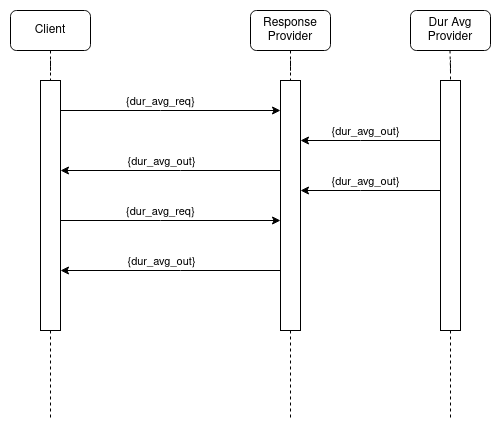
This is docs/sequence_2.png from efoppiano/dist1_tp1, a draw.io export, as it was before one commit. Source tidied: cells renumbered, new cells last; positions are measured from the earlier drawing's top-left corner, leaving out a move shared by most shapes. The source it was exported from:
```xml
<mxGraphModel>
  <root>
    <mxCell id="0" />
    <mxCell id="1" parent="0" />
    <mxCell id="2" value="Client" style="rounded=1;whiteSpace=wrap;html=1;" parent="1" vertex="1">
      <mxGeometry width="80" height="40" as="geometry" />
    </mxCell>
    <mxCell id="3" value="Response Provider" style="rounded=1;whiteSpace=wrap;html=1;" parent="1" vertex="1">
      <mxGeometry x="240" width="80" height="40" as="geometry" />
    </mxCell>
    <mxCell id="4" style="edgeStyle=orthogonalEdgeStyle;rounded=0;jettySize=auto;html=1;endArrow=none;endFill=0;dashed=1;" parent="1" edge="1" source="11">
      <mxGeometry relative="1" as="geometry">
        <mxPoint x="40" y="410" as="targetPoint" />
      </mxGeometry>
    </mxCell>
    <mxCell id="5" style="edgeStyle=orthogonalEdgeStyle;shape=connector;rounded=0;jettySize=auto;html=1;labelBackgroundColor=default;strokeColor=default;fontFamily=Helvetica;fontSize=11;fontColor=default;endArrow=none;endFill=0;dashed=1;" parent="1" edge="1" source="14">
      <mxGeometry relative="1" as="geometry">
        <mxPoint x="280" y="410" as="targetPoint" />
      </mxGeometry>
    </mxCell>
    <mxCell id="6" value="Dur Avg Provider" style="rounded=1;whiteSpace=wrap;html=1;" parent="1" vertex="1">
      <mxGeometry x="400" width="80" height="40" as="geometry" />
    </mxCell>
    <mxCell id="7" style="edgeStyle=orthogonalEdgeStyle;shape=connector;rounded=0;jettySize=auto;html=1;labelBackgroundColor=default;strokeColor=default;fontFamily=Helvetica;fontSize=11;fontColor=default;endArrow=none;endFill=0;dashed=1;" parent="1" edge="1" source="18">
      <mxGeometry relative="1" as="geometry">
        <mxPoint x="440" y="410" as="targetPoint" />
      </mxGeometry>
    </mxCell>
    <mxCell id="8" style="edgeStyle=orthogonalEdgeStyle;rounded=0;jettySize=auto;html=1;endArrow=none;endFill=0;dashed=1;" parent="1" edge="1" source="2" target="11">
      <mxGeometry relative="1" as="geometry" />
    </mxCell>
    <mxCell id="9" style="edgeStyle=orthogonalEdgeStyle;shape=connector;rounded=0;jettySize=auto;html=1;labelBackgroundColor=default;strokeColor=default;fontFamily=Helvetica;fontSize=11;fontColor=default;endArrow=classic;endFill=1;" parent="1" edge="1" source="11" target="14">
      <mxGeometry relative="1" as="geometry">
        <Array as="points">
          <mxPoint x="150" y="100" />
          <mxPoint x="150" y="100" />
        </Array>
      </mxGeometry>
    </mxCell>
    <mxCell id="10" value="{dur_avg_req}" style="edgeLabel;html=1;align=center;verticalAlign=middle;fontSize=11;fontFamily=Helvetica;fontColor=default;" parent="9" vertex="1">
      <mxGeometry x="0.15" y="2" relative="1" as="geometry">
        <mxPoint x="-26" y="-8" as="offset" />
      </mxGeometry>
    </mxCell>
    <mxCell id="11" style="rounded=0;whiteSpace=wrap;html=1;fontFamily=Helvetica;fontSize=11;fontColor=default;" parent="1" vertex="1">
      <mxGeometry x="30" y="70" width="20" height="250" as="geometry" />
    </mxCell>
    <mxCell id="12" style="edgeStyle=orthogonalEdgeStyle;shape=connector;rounded=0;jettySize=auto;html=1;labelBackgroundColor=default;strokeColor=default;fontFamily=Helvetica;fontSize=11;fontColor=default;endArrow=none;endFill=0;dashed=1;" parent="1" edge="1" source="3" target="14">
      <mxGeometry relative="1" as="geometry" />
    </mxCell>
    <mxCell id="13" style="edgeStyle=orthogonalEdgeStyle;shape=connector;rounded=0;jettySize=auto;html=1;labelBackgroundColor=default;strokeColor=default;fontFamily=Helvetica;fontSize=11;fontColor=default;endArrow=classic;endFill=1;" parent="1" edge="1" source="14" target="11">
      <mxGeometry relative="1" as="geometry">
        <Array as="points">
          <mxPoint x="170" y="160" />
          <mxPoint x="170" y="160" />
        </Array>
      </mxGeometry>
    </mxCell>
    <mxCell id="14" style="rounded=0;whiteSpace=wrap;html=1;fontFamily=Helvetica;fontSize=11;fontColor=default;" parent="1" vertex="1">
      <mxGeometry x="270" y="70" width="20" height="250" as="geometry" />
    </mxCell>
    <mxCell id="15" style="edgeStyle=orthogonalEdgeStyle;shape=connector;rounded=0;jettySize=auto;html=1;labelBackgroundColor=default;strokeColor=default;fontFamily=Helvetica;fontSize=11;fontColor=default;endArrow=none;endFill=0;dashed=1;" parent="1" edge="1" target="18">
      <mxGeometry relative="1" as="geometry">
        <mxPoint x="439.5" y="40" as="sourcePoint" />
      </mxGeometry>
    </mxCell>
    <mxCell id="16" style="edgeStyle=orthogonalEdgeStyle;shape=connector;rounded=0;jettySize=auto;html=1;labelBackgroundColor=default;strokeColor=default;fontFamily=Helvetica;fontSize=11;fontColor=default;endArrow=classic;endFill=1;" parent="1" edge="1" source="18" target="14">
      <mxGeometry relative="1" as="geometry">
        <Array as="points">
          <mxPoint x="350" y="130" />
          <mxPoint x="350" y="130" />
        </Array>
      </mxGeometry>
    </mxCell>
    <mxCell id="17" value="{dur_avg_out}" style="edgeLabel;html=1;align=center;verticalAlign=middle;fontSize=11;fontFamily=Helvetica;fontColor=default;" parent="16" vertex="1">
      <mxGeometry x="0.13" relative="1" as="geometry">
        <mxPoint x="3" y="-10" as="offset" />
      </mxGeometry>
    </mxCell>
    <mxCell id="18" style="rounded=0;whiteSpace=wrap;html=1;fontFamily=Helvetica;fontSize=11;fontColor=default;" parent="1" vertex="1">
      <mxGeometry x="430" y="70" width="20" height="250" as="geometry" />
    </mxCell>
    <mxCell id="19" value="{dur_avg_out}" style="edgeLabel;html=1;align=center;verticalAlign=middle;fontSize=11;fontFamily=Helvetica;fontColor=default;" parent="1" vertex="1">
      <mxGeometry x="150" y="150" as="geometry" />
    </mxCell>
    <mxCell id="20" style="edgeStyle=orthogonalEdgeStyle;shape=connector;rounded=0;orthogonalLoop=1;jettySize=auto;html=1;labelBackgroundColor=default;strokeColor=default;fontFamily=Helvetica;fontSize=11;fontColor=default;endArrow=classic;endFill=1;" parent="1" edge="1">
      <mxGeometry relative="1" as="geometry">
        <mxPoint x="50" y="210" as="sourcePoint" />
        <mxPoint x="270" y="210" as="targetPoint" />
        <Array as="points">
          <mxPoint x="150" y="210" />
          <mxPoint x="150" y="210" />
        </Array>
      </mxGeometry>
    </mxCell>
    <mxCell id="21" value="{dur_avg_req}" style="edgeLabel;html=1;align=center;verticalAlign=middle;fontSize=11;fontFamily=Helvetica;fontColor=default;" parent="20" vertex="1">
      <mxGeometry x="0.15" y="2" relative="1" as="geometry">
        <mxPoint x="-26" y="-8" as="offset" />
      </mxGeometry>
    </mxCell>
    <mxCell id="22" style="edgeStyle=orthogonalEdgeStyle;shape=connector;rounded=0;orthogonalLoop=1;jettySize=auto;html=1;labelBackgroundColor=default;strokeColor=default;fontFamily=Helvetica;fontSize=11;fontColor=default;endArrow=classic;endFill=1;" parent="1" edge="1">
      <mxGeometry relative="1" as="geometry">
        <mxPoint x="430" y="180" as="sourcePoint" />
        <mxPoint x="290" y="180" as="targetPoint" />
        <Array as="points">
          <mxPoint x="350" y="180" />
          <mxPoint x="350" y="180" />
        </Array>
      </mxGeometry>
    </mxCell>
    <mxCell id="23" value="{dur_avg_out}" style="edgeLabel;html=1;align=center;verticalAlign=middle;fontSize=11;fontFamily=Helvetica;fontColor=default;" parent="22" vertex="1">
      <mxGeometry x="0.13" relative="1" as="geometry">
        <mxPoint x="3" y="-10" as="offset" />
      </mxGeometry>
    </mxCell>
    <mxCell id="24" style="edgeStyle=orthogonalEdgeStyle;shape=connector;rounded=0;orthogonalLoop=1;jettySize=auto;html=1;labelBackgroundColor=default;strokeColor=default;fontFamily=Helvetica;fontSize=11;fontColor=default;endArrow=classic;endFill=1;" parent="1" edge="1">
      <mxGeometry relative="1" as="geometry">
        <mxPoint x="270" y="260" as="sourcePoint" />
        <mxPoint x="50" y="260" as="targetPoint" />
        <Array as="points">
          <mxPoint x="170" y="260" />
          <mxPoint x="170" y="260" />
        </Array>
      </mxGeometry>
    </mxCell>
    <mxCell id="25" value="{dur_avg_out}" style="edgeLabel;html=1;align=center;verticalAlign=middle;fontSize=11;fontFamily=Helvetica;fontColor=default;" parent="1" vertex="1">
      <mxGeometry x="150" y="250" as="geometry" />
    </mxCell>
  </root>
</mxGraphModel>
```
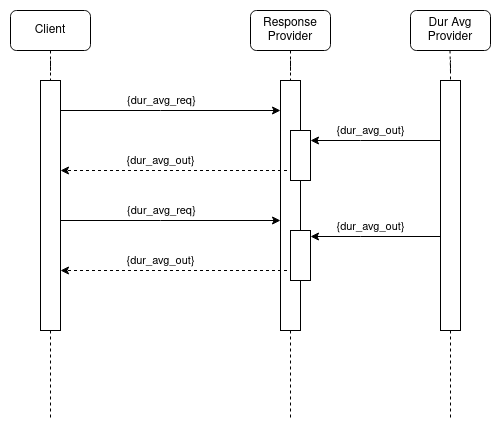
The same file after the commit.

What changed in the source:
```diff
@@ -13,7 +13,7 @@
         <mxPoint x="40" y="410" as="targetPoint" />
       </mxGeometry>
     </mxCell>
-    <mxCell id="5" style="edgeStyle=orthogonalEdgeStyle;shape=connector;rounded=0;jettySize=auto;html=1;labelBackgroundColor=default;strokeColor=default;fontFamily=Helvetica;fontSize=11;fontColor=default;endArrow=none;endFill=0;dashed=1;" parent="1" edge="1" source="14">
+    <mxCell id="5" style="edgeStyle=orthogonalEdgeStyle;shape=connector;rounded=0;jettySize=auto;html=1;labelBackgroundColor=default;strokeColor=default;fontFamily=Helvetica;fontSize=11;fontColor=default;endArrow=none;endFill=0;dashed=1;" parent="1" edge="1" source="13">
       <mxGeometry relative="1" as="geometry">
         <mxPoint x="280" y="410" as="targetPoint" />
       </mxGeometry>
@@ -21,7 +21,7 @@
     <mxCell id="6" value="Dur Avg Provider" style="rounded=1;whiteSpace=wrap;html=1;" parent="1" vertex="1">
       <mxGeometry x="400" width="80" height="40" as="geometry" />
     </mxCell>
-    <mxCell id="7" style="edgeStyle=orthogonalEdgeStyle;shape=connector;rounded=0;jettySize=auto;html=1;labelBackgroundColor=default;strokeColor=default;fontFamily=Helvetica;fontSize=11;fontColor=default;endArrow=none;endFill=0;dashed=1;" parent="1" edge="1" source="18">
+    <mxCell id="7" style="edgeStyle=orthogonalEdgeStyle;shape=connector;rounded=0;jettySize=auto;html=1;labelBackgroundColor=default;strokeColor=default;fontFamily=Helvetica;fontSize=11;fontColor=default;endArrow=none;endFill=0;dashed=1;" parent="1" edge="1" source="15">
       <mxGeometry relative="1" as="geometry">
         <mxPoint x="440" y="410" as="targetPoint" />
       </mxGeometry>
@@ -29,7 +29,7 @@
     <mxCell id="8" style="edgeStyle=orthogonalEdgeStyle;rounded=0;jettySize=auto;html=1;endArrow=none;endFill=0;dashed=1;" parent="1" edge="1" source="2" target="11">
       <mxGeometry relative="1" as="geometry" />
     </mxCell>
-    <mxCell id="9" style="edgeStyle=orthogonalEdgeStyle;shape=connector;rounded=0;jettySize=auto;html=1;labelBackgroundColor=default;strokeColor=default;fontFamily=Helvetica;fontSize=11;fontColor=default;endArrow=classic;endFill=1;" parent="1" edge="1" source="11" target="14">
+    <mxCell id="9" style="edgeStyle=orthogonalEdgeStyle;shape=connector;rounded=0;jettySize=auto;html=1;labelBackgroundColor=default;strokeColor=default;fontFamily=Helvetica;fontSize=11;fontColor=default;endArrow=classic;endFill=1;" parent="1" edge="1" source="11" target="13">
       <mxGeometry relative="1" as="geometry">
         <Array as="points">
           <mxPoint x="150" y="100" />
@@ -45,66 +45,57 @@
     <mxCell id="11" style="rounded=0;whiteSpace=wrap;html=1;fontFamily=Helvetica;fontSize=11;fontColor=default;" parent="1" vertex="1">
       <mxGeometry x="30" y="70" width="20" height="250" as="geometry" />
     </mxCell>
-    <mxCell id="12" style="edgeStyle=orthogonalEdgeStyle;shape=connector;rounded=0;jettySize=auto;html=1;labelBackgroundColor=default;strokeColor=default;fontFamily=Helvetica;fontSize=11;fontColor=default;endArrow=none;endFill=0;dashed=1;" parent="1" edge="1" source="3" target="14">
+    <mxCell id="12" style="edgeStyle=orthogonalEdgeStyle;shape=connector;rounded=0;jettySize=auto;html=1;labelBackgroundColor=default;strokeColor=default;fontFamily=Helvetica;fontSize=11;fontColor=default;endArrow=none;endFill=0;dashed=1;" parent="1" edge="1" source="3" target="13">
       <mxGeometry relative="1" as="geometry" />
     </mxCell>
-    <mxCell id="13" style="edgeStyle=orthogonalEdgeStyle;shape=connector;rounded=0;jettySize=auto;html=1;labelBackgroundColor=default;strokeColor=default;fontFamily=Helvetica;fontSize=11;fontColor=default;endArrow=classic;endFill=1;" parent="1" edge="1" source="14" target="11">
-      <mxGeometry relative="1" as="geometry">
-        <Array as="points">
-          <mxPoint x="170" y="160" />
-          <mxPoint x="170" y="160" />
-        </Array>
-      </mxGeometry>
+    <mxCell id="13" style="rounded=0;whiteSpace=wrap;html=1;fontFamily=Helvetica;fontSize=11;fontColor=default;" parent="1" vertex="1">
+      <mxGeometry x="270" y="70" width="20" height="250" as="geometry" />
     </mxCell>
-    <mxCell id="14" style="rounded=0;whiteSpace=wrap;html=1;fontFamily=Helvetica;fontSize=11;fontColor=default;" parent="1" vertex="1">
-      <mxGeometry x="270" y="70" width="20" height="250" as="geometry" />
+    <mxCell id="14" style="edgeStyle=orthogonalEdgeStyle;shape=connector;rounded=0;jettySize=auto;html=1;labelBackgroundColor=default;strokeColor=default;fontFamily=Helvetica;fontSize=11;fontColor=default;endArrow=none;endFill=0;dashed=1;" parent="1" edge="1" target="15">
+      <mxGeometry relative="1" as="geometry">
+        <mxPoint x="439.5" y="40" as="sourcePoint" />
+      </mxGeometry>
     </mxCell>
-    <mxCell id="15" style="edgeStyle=orthogonalEdgeStyle;shape=connector;rounded=0;jettySize=auto;html=1;labelBackgroundColor=default;strokeColor=default;fontFamily=Helvetica;fontSize=11;fontColor=default;endArrow=none;endFill=0;dashed=1;" parent="1" edge="1" target="18">
-      <mxGeometry relative="1" as="geometry">
-        <mxPoint x="439.5" y="40" as="sourcePoint" />
-      </mxGeometry>
+    <mxCell id="15" style="rounded=0;whiteSpace=wrap;html=1;fontFamily=Helvetica;fontSize=11;fontColor=default;" parent="1" vertex="1">
+      <mxGeometry x="430" y="70" width="20" height="250" as="geometry" />
     </mxCell>
-    <mxCell id="16" style="edgeStyle=orthogonalEdgeStyle;shape=connector;rounded=0;jettySize=auto;html=1;labelBackgroundColor=default;strokeColor=default;fontFamily=Helvetica;fontSize=11;fontColor=default;endArrow=classic;endFill=1;" parent="1" edge="1" source="18" target="14">
-      <mxGeometry relative="1" as="geometry">
-        <Array as="points">
-          <mxPoint x="350" y="130" />
-          <mxPoint x="350" y="130" />
-        </Array>
-      </mxGeometry>
+    <mxCell id="16" value="{dur_avg_out}" style="edgeLabel;html=1;align=center;verticalAlign=middle;fontSize=11;fontFamily=Helvetica;fontColor=default;" parent="1" vertex="1">
+      <mxGeometry x="150" y="150" as="geometry" />
     </mxCell>
-    <mxCell id="17" value="{dur_avg_out}" style="edgeLabel;html=1;align=center;verticalAlign=middle;fontSize=11;fontFamily=Helvetica;fontColor=default;" parent="16" vertex="1">
-      <mxGeometry x="0.13" relative="1" as="geometry">
-        <mxPoint x="3" y="-10" as="offset" />
+    <mxCell id="17" style="edgeStyle=orthogonalEdgeStyle;shape=connector;rounded=0;orthogonalLoop=1;jettySize=auto;html=1;labelBackgroundColor=default;strokeColor=default;fontFamily=Helvetica;fontSize=11;fontColor=default;endArrow=classic;endFill=1;" parent="1" edge="1">
+      <mxGeometry relative="1" as="geometry">
+        <mxPoint x="50" y="210" as="sourcePoint" />
+        <mxPoint x="270" y="210" as="targetPoint" />
+        <Array as="points">
+          <mxPoint x="150" y="210" />
+          <mxPoint x="150" y="210" />
+        </Array>
       </mxGeometry>
     </mxCell>
-    <mxCell id="18" style="rounded=0;whiteSpace=wrap;html=1;fontFamily=Helvetica;fontSize=11;fontColor=default;" parent="1" vertex="1">
-      <mxGeometry x="430" y="70" width="20" height="250" as="geometry" />
+    <mxCell id="18" value="{dur_avg_req}" style="edgeLabel;html=1;align=center;verticalAlign=middle;points=[];fontSize=11;fontFamily=Helvetica;fontColor=default;" parent="17" vertex="1">
+      <mxGeometry x="0.15" y="2" relative="1" as="geometry">
+        <mxPoint x="-26" y="-8" as="offset" />
+      </mxGeometry>
     </mxCell>
     <mxCell id="19" value="{dur_avg_out}" style="edgeLabel;html=1;align=center;verticalAlign=middle;fontSize=11;fontFamily=Helvetica;fontColor=default;" parent="1" vertex="1">
-      <mxGeometry x="150" y="150" as="geometry" />
+      <mxGeometry x="150" y="250" as="geometry" />
     </mxCell>
-    <mxCell id="20" style="edgeStyle=orthogonalEdgeStyle;shape=connector;rounded=0;orthogonalLoop=1;jettySize=auto;html=1;labelBackgroundColor=default;strokeColor=default;fontFamily=Helvetica;fontSize=11;fontColor=default;endArrow=classic;endFill=1;" parent="1" edge="1">
-      <mxGeometry relative="1" as="geometry">
-        <mxPoint x="50" y="210" as="sourcePoint" />
-        <mxPoint x="270" y="210" as="targetPoint" />
-        <Array as="points">
-          <mxPoint x="150" y="210" />
-          <mxPoint x="150" y="210" />
-        </Array>
-      </mxGeometry>
+    <mxCell id="20" style="rounded=0;whiteSpace=wrap;html=1;fontFamily=Helvetica;fontSize=11;fontColor=default;" parent="1" vertex="1">
+      <mxGeometry x="280" y="120" width="20" height="50" as="geometry" />
     </mxCell>
-    <mxCell id="21" value="{dur_avg_req}" style="edgeLabel;html=1;align=center;verticalAlign=middle;fontSize=11;fontFamily=Helvetica;fontColor=default;" parent="20" vertex="1">
-      <mxGeometry x="0.15" y="2" relative="1" as="geometry">
-        <mxPoint x="-26" y="-8" as="offset" />
+    <mxCell id="21" style="edgeStyle=orthogonalEdgeStyle;shape=connector;rounded=0;jettySize=auto;html=1;labelBackgroundColor=default;strokeColor=default;fontFamily=Helvetica;fontSize=11;fontColor=default;endArrow=classic;endFill=1;exitX=0;exitY=0.75;exitDx=0;exitDy=0;dashed=1;" parent="1" edge="1" source="20" target="11">
+      <mxGeometry relative="1" as="geometry">
+        <Array as="points">
+          <mxPoint x="280" y="160" />
+        </Array>
       </mxGeometry>
     </mxCell>
-    <mxCell id="22" style="edgeStyle=orthogonalEdgeStyle;shape=connector;rounded=0;orthogonalLoop=1;jettySize=auto;html=1;labelBackgroundColor=default;strokeColor=default;fontFamily=Helvetica;fontSize=11;fontColor=default;endArrow=classic;endFill=1;" parent="1" edge="1">
+    <mxCell id="22" style="edgeStyle=orthogonalEdgeStyle;shape=connector;rounded=0;jettySize=auto;html=1;labelBackgroundColor=default;strokeColor=default;fontFamily=Helvetica;fontSize=11;fontColor=default;endArrow=classic;endFill=1;" parent="1" edge="1" source="15">
       <mxGeometry relative="1" as="geometry">
-        <mxPoint x="430" y="180" as="sourcePoint" />
-        <mxPoint x="290" y="180" as="targetPoint" />
+        <mxPoint x="300" y="130" as="targetPoint" />
         <Array as="points">
-          <mxPoint x="350" y="180" />
-          <mxPoint x="350" y="180" />
+          <mxPoint x="350" y="130" />
+          <mxPoint x="350" y="130" />
         </Array>
       </mxGeometry>
     </mxCell>
@@ -113,18 +104,31 @@
         <mxPoint x="3" y="-10" as="offset" />
       </mxGeometry>
     </mxCell>
-    <mxCell id="24" style="edgeStyle=orthogonalEdgeStyle;shape=connector;rounded=0;orthogonalLoop=1;jettySize=auto;html=1;labelBackgroundColor=default;strokeColor=default;fontFamily=Helvetica;fontSize=11;fontColor=default;endArrow=classic;endFill=1;" parent="1" edge="1">
-      <mxGeometry relative="1" as="geometry">
-        <mxPoint x="270" y="260" as="sourcePoint" />
-        <mxPoint x="50" y="260" as="targetPoint" />
-        <Array as="points">
-          <mxPoint x="170" y="260" />
-          <mxPoint x="170" y="260" />
-        </Array>
-      </mxGeometry>
+    <mxCell id="24" style="rounded=0;whiteSpace=wrap;html=1;fontFamily=Helvetica;fontSize=11;fontColor=default;" parent="1" vertex="1">
+      <mxGeometry x="280" y="220" width="20" height="50" as="geometry" />
     </mxCell>
-    <mxCell id="25" value="{dur_avg_out}" style="edgeLabel;html=1;align=center;verticalAlign=middle;fontSize=11;fontFamily=Helvetica;fontColor=default;" parent="1" vertex="1">
-      <mxGeometry x="150" y="250" as="geometry" />
+    <mxCell id="25" style="edgeStyle=orthogonalEdgeStyle;shape=connector;rounded=0;orthogonalLoop=1;jettySize=auto;html=1;labelBackgroundColor=default;strokeColor=default;fontFamily=Helvetica;fontSize=11;fontColor=default;endArrow=classic;endFill=1;" parent="1" edge="1">
+      <mxGeometry relative="1" as="geometry">
+        <mxPoint x="430" y="226" as="sourcePoint" />
+        <mxPoint x="300" y="226" as="targetPoint" />
+        <Array as="points">
+          <mxPoint x="350" y="226" />
+          <mxPoint x="350" y="226" />
+        </Array>
+      </mxGeometry>
     </mxCell>
+    <mxCell id="26" value="{dur_avg_out}" style="edgeLabel;html=1;align=center;verticalAlign=middle;fontSize=11;fontFamily=Helvetica;fontColor=default;" parent="25" vertex="1">
+      <mxGeometry x="0.13" relative="1" as="geometry">
+        <mxPoint x="3" y="-10" as="offset" />
+      </mxGeometry>
+    </mxCell>
+    <mxCell id="27" style="edgeStyle=orthogonalEdgeStyle;shape=connector;rounded=0;jettySize=auto;html=1;labelBackgroundColor=default;strokeColor=default;fontFamily=Helvetica;fontSize=11;fontColor=default;endArrow=classic;endFill=1;exitX=0;exitY=0.75;exitDx=0;exitDy=0;dashed=1;" parent="1" edge="1" source="24">
+      <mxGeometry relative="1" as="geometry">
+        <mxPoint x="50" y="260" as="targetPoint" />
+        <Array as="points">
+          <mxPoint x="280" y="260" />
+        </Array>
+      </mxGeometry>
+    </mxCell>
   </root>
 </mxGraphModel>
```
